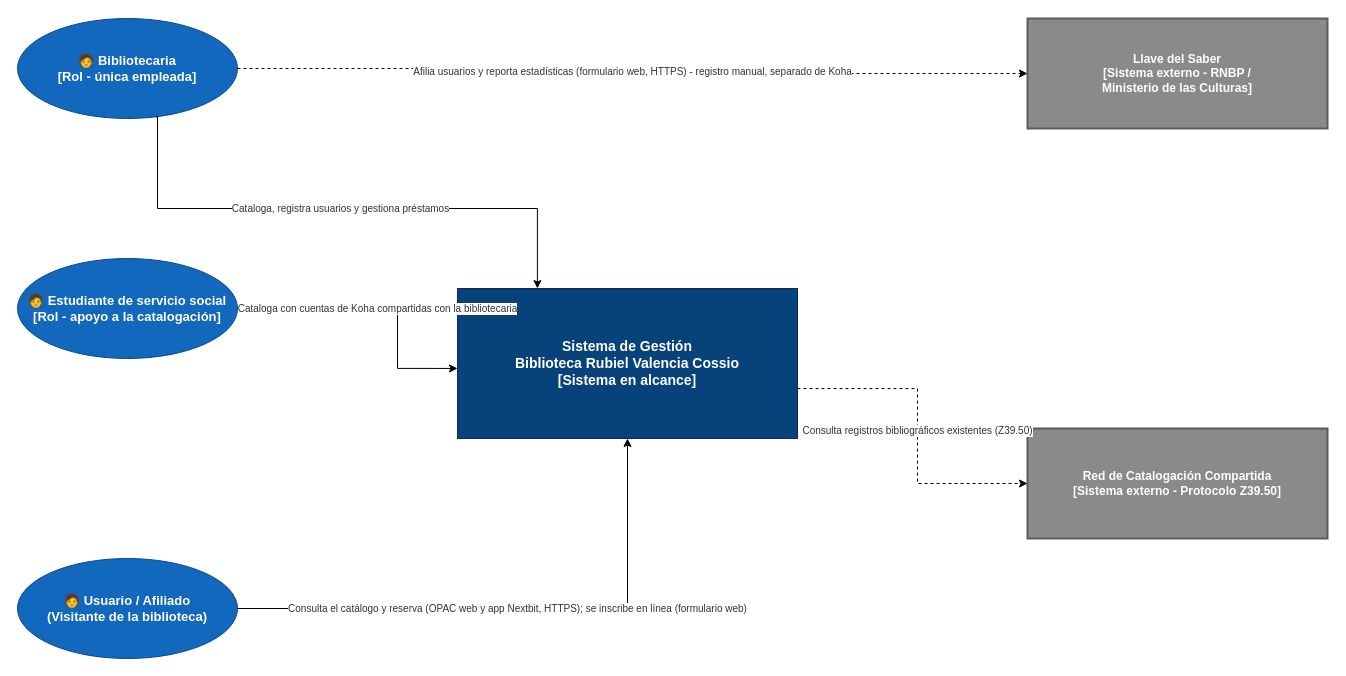
Before: 03-arquitectura-c4/c1-contexto-final.drawio in Jorgealis/PROYECTO-ARQUI-EMPRESARIAL, a draw.io diagram. Source tidied: cells renumbered, new cells numbered last; positions are measured from the earlier drawing's top-left corner, leaving out a move shared by most shapes. Both pictures are drawn from the tidied source at 100%, with x=0, y=0 at pixel (17, 18).
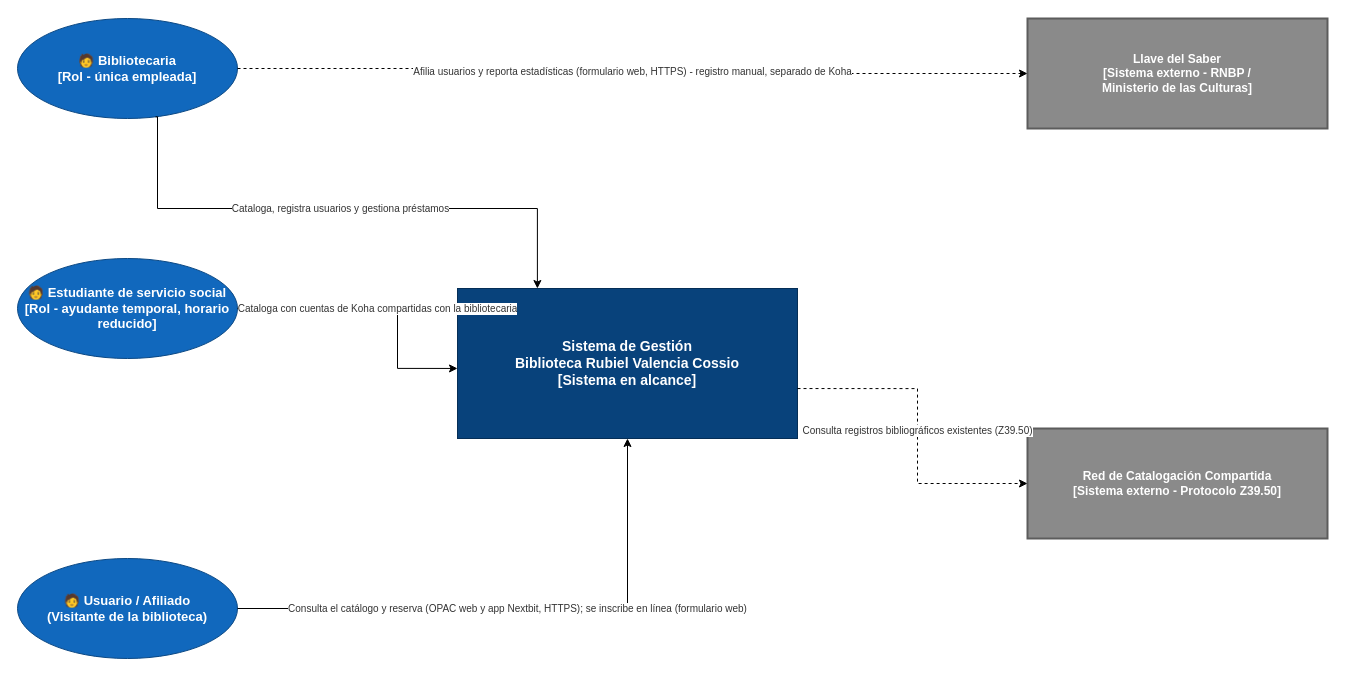
Above is the later version.

Commit message (it also covers changes not shown here):
Precisa el rol del estudiante y el estado de la carpeta física; agrega SVG del DFD

The edit, as a diff of the source:
```diff
@@
 <mxGraphModel>
   <root>
     <mxCell id="0" />
     <mxCell id="1" parent="0" />
     <mxCell id="2" value="🧑 Bibliotecaria&#10;[Rol - única empleada]" style="ellipse;whiteSpace=wrap;html=1;fillColor=#1168bd;strokeColor=#0b4884;fontColor=#ffffff;fontSize=13;fontStyle=1;" parent="1" vertex="1">
       <mxGeometry width="220" height="100" as="geometry" />
     </mxCell>
-    <mxCell id="3" value="🧑 Estudiante de servicio social&#10;[Rol - apoyo a la catalogación]" style="ellipse;whiteSpace=wrap;html=1;fillColor=#1168bd;strokeColor=#0b4884;fontColor=#ffffff;fontSize=13;fontStyle=1;" parent="1" vertex="1">
+    <mxCell id="3" value="🧑 Estudiante de servicio social&#10;[Rol - ayudante temporal, horario reducido]" style="ellipse;whiteSpace=wrap;html=1;fillColor=#1168bd;strokeColor=#0b4884;fontColor=#ffffff;fontSize=13;fontStyle=1;" parent="1" vertex="1">
       <mxGeometry y="240" width="220" height="100" as="geometry" />
     </mxCell>
     <mxCell id="4" value="🧑 Usuario / Afiliado&#10;(Visitante de la biblioteca)" style="ellipse;whiteSpace=wrap;html=1;fillColor=#1168bd;strokeColor=#0b4884;fontColor=#ffffff;fontSize=13;fontStyle=1;" parent="1" vertex="1">
       <mxGeometry y="540" width="220" height="100" as="geometry" />
     </mxCell>
     <mxCell id="5" value="Sistema de Gestión&#10;Biblioteca Rubiel Valencia Cossio&#10;[Sistema en alcance]" style="rounded=0;whiteSpace=wrap;html=1;fillColor=#08427b;strokeColor=#052e56;fontColor=#ffffff;fontSize=14;fontStyle=1;" parent="1" vertex="1">
       <mxGeometry x="440" y="270" width="340" height="150" as="geometry" />
     </mxCell>
     <mxCell id="6" value="Llave del Saber&#10;[Sistema externo - RNBP /&#10;Ministerio de las Culturas]" style="rounded=0;whiteSpace=wrap;html=1;fillColor=#8a8a8a;strokeColor=#5c5c5c;fontColor=#ffffff;fontSize=12;strokeWidth=2;fontStyle=1;" parent="1" vertex="1">
       <mxGeometry x="1010" width="300" height="110" as="geometry" />
     </mxCell>
     <mxCell id="7" value="Red de Catalogación Compartida&#10;[Sistema externo - Protocolo Z39.50]" style="rounded=0;whiteSpace=wrap;html=1;fillColor=#8a8a8a;strokeColor=#5c5c5c;fontColor=#ffffff;fontSize=12;strokeWidth=2;fontStyle=1;" parent="1" vertex="1">
       <mxGeometry x="1010" y="410" width="300" height="110" as="geometry" />
     </mxCell>
     <mxCell id="8" value="Afilia usuarios y reporta estadísticas (formulario web, HTTPS) - registro manual, separado de Koha" style="edgeStyle=orthogonalEdgeStyle;rounded=0;html=1;fontSize=10;fontColor=#333333;labelBackgroundColor=#FFFFFF;exitX=1;exitY=0.5;entryX=0;entryY=0.5;dashed=1;" parent="1" edge="1" source="2" target="6">
       <mxGeometry relative="1" as="geometry" />
     </mxCell>
     <mxCell id="9" value="Cataloga, registra usuarios y gestiona préstamos" style="edgeStyle=orthogonalEdgeStyle;rounded=0;html=1;fontSize=10;fontColor=#333333;labelBackgroundColor=#FFFFFF;exitX=0.636;exitY=1;entryX=0.235;entryY=0;" parent="1" edge="1" source="2" target="5">
       <mxGeometry relative="1" as="geometry">
         <Array as="points">
           <mxPoint x="140" y="190" />
           <mxPoint x="520" y="190" />
         </Array>
       </mxGeometry>
     </mxCell>
     <mxCell id="10" value="Cataloga con cuentas de Koha compartidas con la bibliotecaria" style="edgeStyle=orthogonalEdgeStyle;rounded=0;html=1;fontSize=10;fontColor=#333333;labelBackgroundColor=#FFFFFF;exitX=1;exitY=0.5;entryX=0;entryY=0.533;" parent="1" edge="1" source="3" target="5">
       <mxGeometry relative="1" as="geometry">
         <Array as="points">
           <mxPoint x="380" y="290" />
           <mxPoint x="380" y="350" />
         </Array>
       </mxGeometry>
     </mxCell>
     <mxCell id="11" value="Consulta el catálogo y reserva (OPAC web y app Nextbit, HTTPS); se inscribe en línea (formulario web)" style="edgeStyle=orthogonalEdgeStyle;rounded=0;html=1;fontSize=10;fontColor=#333333;labelBackgroundColor=#FFFFFF;exitX=1;exitY=0.5;entryX=0.5;entryY=1;" parent="1" edge="1" source="4" target="5">
       <mxGeometry relative="1" as="geometry">
         <Array as="points">
           <mxPoint x="610" y="590" />
         </Array>
       </mxGeometry>
     </mxCell>
     <mxCell id="12" value="Consulta registros bibliográficos existentes (Z39.50)" style="edgeStyle=orthogonalEdgeStyle;rounded=0;html=1;fontSize=10;fontColor=#333333;labelBackgroundColor=#FFFFFF;exitX=1;exitY=0.667;entryX=0;entryY=0.5;dashed=1;" parent="1" edge="1" source="5" target="7">
       <mxGeometry relative="1" as="geometry">
         <Array as="points">
           <mxPoint x="900" y="370" />
           <mxPoint x="900" y="465" />
         </Array>
       </mxGeometry>
     </mxCell>
   </root>
 </mxGraphModel>
```
